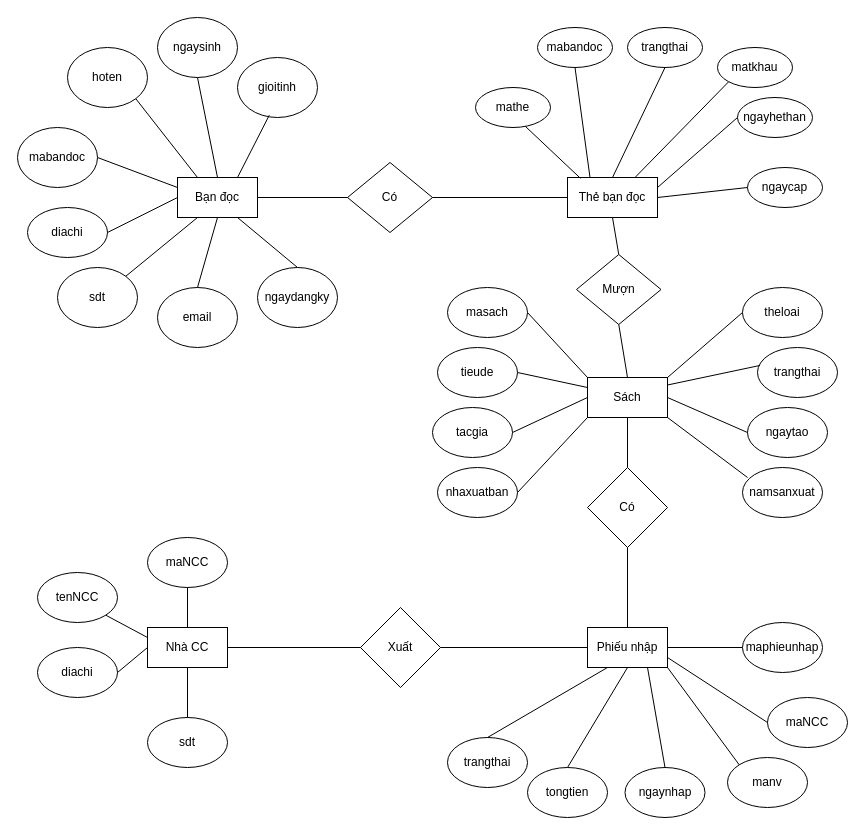
The draw.io diagram page "Sơ đồ thực thể liên kết" (9 of 9) of Nhóm 1.drawio in Nguyenquynh235/DoAnNhom1, before the edit. Source tidied: cells renumbered, new cells numbered last; positions are measured from the earlier drawing's top-left corner, leaving out a move shared by most shapes. Both pictures are drawn from the tidied source at 100%, with x=0, y=0 at pixel (17, 17).
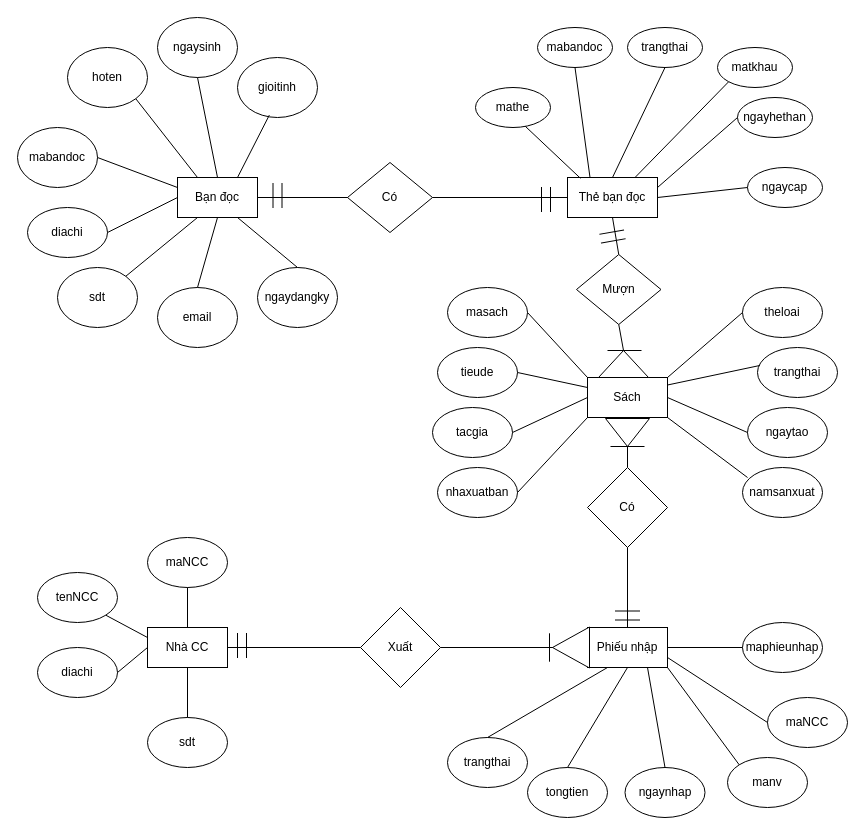
The same diagram, later.

The change refers to these unchanged cells:
```xml
<mxCell id="5" value="Sách" style="rounded=0;whiteSpace=wrap;html=1;" parent="1" vertex="1">
  <mxGeometry x="570" y="360" width="80" height="40" as="geometry" />
</mxCell>
<mxCell id="75" value="Mượn" style="rhombus;whiteSpace=wrap;html=1;" parent="1" vertex="1">
  <mxGeometry x="559" y="237" width="84.5" height="70" as="geometry" />
</mxCell>
<mxCell id="78" value="Có" style="rhombus;whiteSpace=wrap;html=1;" parent="1" vertex="1">
  <mxGeometry x="570" y="450" width="80" height="80" as="geometry" />
</mxCell>
```

Diff of the diagram source:
```diff
@@
-    <mxCell id="76" style="endArrow=none;html=1;rounded=0;entryX=0.5;entryY=1;entryDx=0;entryDy=0;exitX=0.5;exitY=0;exitDx=0;exitDy=0;" parent="1" edge="1" source="5" target="75">
+    <mxCell id="76" style="endArrow=none;html=1;rounded=0;entryX=0.5;entryY=1;entryDx=0;entryDy=0;exitX=0.5;exitY=0;exitDx=0;exitDy=0;" parent="1" edge="1" source="87" target="75">
       <mxGeometry relative="1" as="geometry" />
     </mxCell>
-    <mxCell id="77" style="endArrow=none;html=1;rounded=0;exitX=0.5;exitY=1;exitDx=0;exitDy=0;" parent="1" edge="1" source="5" target="78">
+    <mxCell id="77" style="endArrow=none;html=1;rounded=0;exitX=0.5;exitY=1;exitDx=0;exitDy=0;" parent="1" edge="1" source="91" target="78">
       <mxGeometry relative="1" as="geometry" />
     </mxCell>
@@
+    <mxCell id="83" style="shape=partialRectangle;whiteSpace=wrap;html=1;top=0;bottom=0;fillColor=none;" parent="1" vertex="1">
+      <mxGeometry x="524" y="170" width="9" height="24" as="geometry" />
+    </mxCell>
+    <mxCell id="84" style="shape=partialRectangle;whiteSpace=wrap;html=1;top=0;bottom=0;fillColor=none;" parent="1" vertex="1">
+      <mxGeometry x="255.5" y="166" width="9" height="24" as="geometry" />
+    </mxCell>
+    <mxCell id="85" style="shape=partialRectangle;whiteSpace=wrap;html=1;top=0;bottom=0;fillColor=none;rotation=80;" parent="1" vertex="1">
+      <mxGeometry x="590.5" y="207" width="9" height="24" as="geometry" />
+    </mxCell>
+    <mxCell id="86" style="endArrow=none;html=1;rounded=0;entryX=0.5;entryY=1;entryDx=0;entryDy=0;exitX=0.5;exitY=0;exitDx=0;exitDy=0;" parent="1" edge="1" source="5" target="87">
+      <mxGeometry relative="1" as="geometry" />
+    </mxCell>
+    <mxCell id="87" style="verticalLabelPosition=bottom;verticalAlign=top;html=1;shape=mxgraph.basic.acute_triangle;dx=0.5;" parent="1" vertex="1">
+      <mxGeometry x="581" y="333" width="50" height="27" as="geometry" />
+    </mxCell>
+    <mxCell id="88" style="endArrow=none;html=1;rounded=0;" parent="1" edge="1">
+      <mxGeometry relative="1" as="geometry">
+        <mxPoint x="590" y="333" as="sourcePoint" />
+        <mxPoint x="624" y="333" as="targetPoint" />
+      </mxGeometry>
+    </mxCell>
+    <mxCell id="89" style="shape=partialRectangle;whiteSpace=wrap;html=1;top=0;bottom=0;fillColor=none;rotation=90;" parent="1" vertex="1">
+      <mxGeometry x="605.5" y="586" width="9" height="24" as="geometry" />
+    </mxCell>
+    <mxCell id="90" style="endArrow=none;html=1;rounded=0;exitX=0.5;exitY=1;exitDx=0;exitDy=0;" parent="1" edge="1" source="5" target="91">
+      <mxGeometry relative="1" as="geometry" />
+    </mxCell>
+    <mxCell id="91" style="verticalLabelPosition=bottom;verticalAlign=top;html=1;shape=mxgraph.basic.acute_triangle;dx=0.5;rotation=-180;" parent="1" vertex="1">
+      <mxGeometry x="588" y="401" width="44" height="28" as="geometry" />
+    </mxCell>
+    <mxCell id="92" style="endArrow=none;html=1;rounded=0;" parent="1" edge="1">
+      <mxGeometry relative="1" as="geometry">
+        <mxPoint x="593" y="429" as="sourcePoint" />
+        <mxPoint x="627" y="429" as="targetPoint" />
+      </mxGeometry>
+    </mxCell>
+    <mxCell id="93" style="shape=partialRectangle;whiteSpace=wrap;html=1;top=0;bottom=0;fillColor=none;rotation=0;" parent="1" vertex="1">
+      <mxGeometry x="220" y="616" width="9" height="24" as="geometry" />
+    </mxCell>
+    <mxCell id="94" style="verticalLabelPosition=bottom;verticalAlign=top;html=1;shape=mxgraph.basic.acute_triangle;dx=0.5;rotation=-90;" parent="1" vertex="1">
+      <mxGeometry x="533" y="611.5" width="41" height="37" as="geometry" />
+    </mxCell>
+    <mxCell id="95" style="endArrow=none;html=1;rounded=0;" parent="1" edge="1">
+      <mxGeometry relative="1" as="geometry">
+        <mxPoint x="532" y="615.8" as="sourcePoint" />
+        <mxPoint x="532" y="644.2" as="targetPoint" />
+      </mxGeometry>
+    </mxCell>
```
